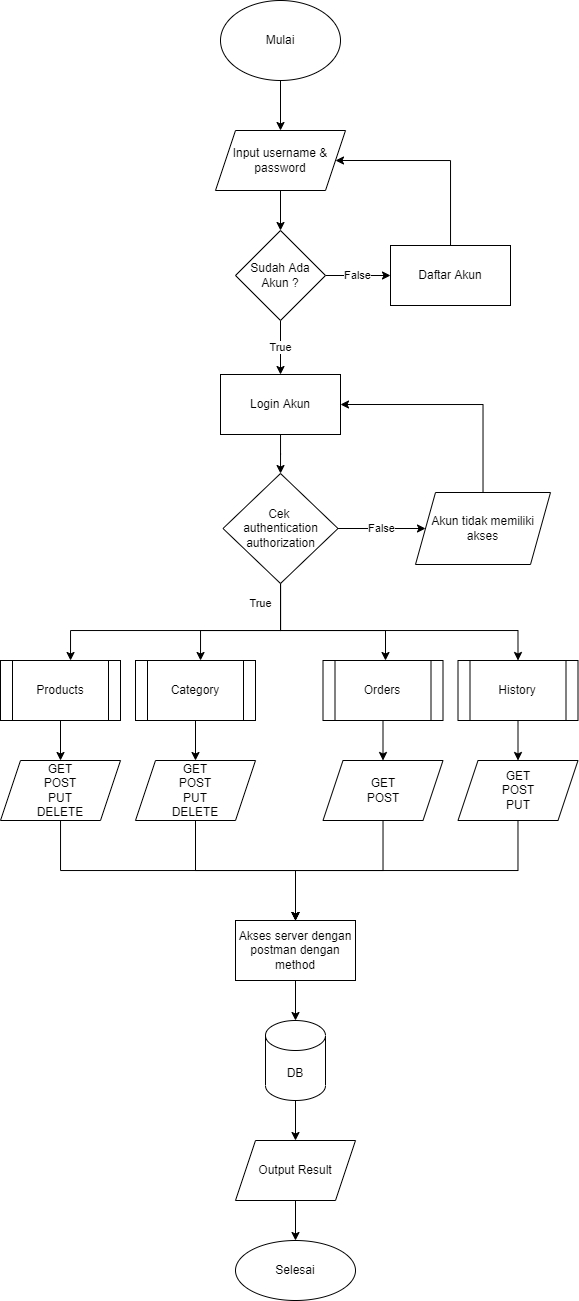
The draw.io diagram others/Flowchart/Tukupedia-Flowchart.png in hasbialwikusmana/Tukupedia-Express, before a commit. Source tidied: cells renumbered, new cells last; positions are measured from the earlier drawing's top-left corner, leaving out a move shared by most shapes.
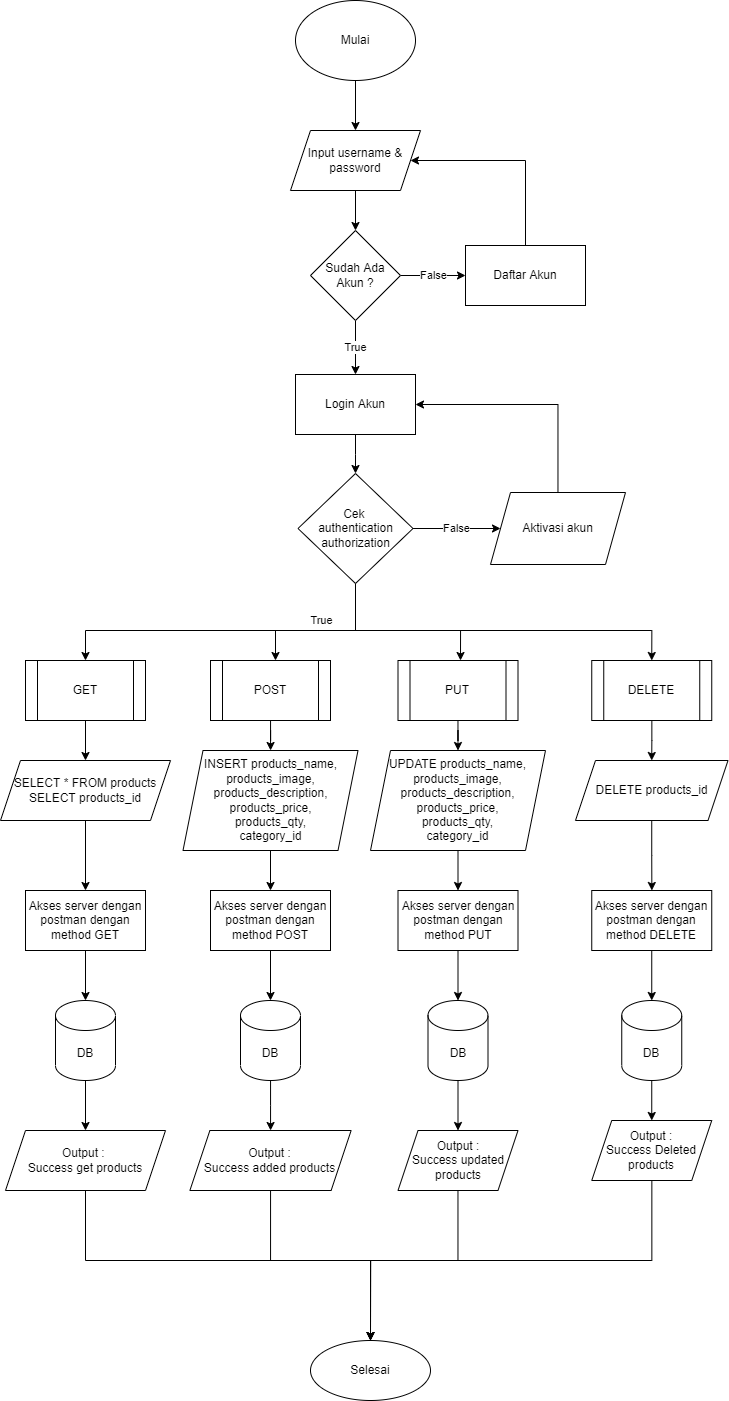
Above is the later version.

Diff of the diagram source:
```diff
@@ -42,23 +42,23 @@
     <mxCell id="13" style="edgeStyle=orthogonalEdgeStyle;rounded=0;jettySize=auto;html=1;" parent="1" edge="1" source="14" target="30">
       <mxGeometry relative="1" as="geometry" />
     </mxCell>
-    <mxCell id="14" value="Products" style="shape=process;whiteSpace=wrap;html=1;backgroundOutline=1;" parent="1" vertex="1">
-      <mxGeometry y="660" width="120" height="60" as="geometry" />
+    <mxCell id="14" value="GET" style="shape=process;whiteSpace=wrap;html=1;backgroundOutline=1;" parent="1" vertex="1">
+      <mxGeometry x="-50" y="660" width="120" height="60" as="geometry" />
     </mxCell>
     <mxCell id="15" style="edgeStyle=orthogonalEdgeStyle;rounded=0;jettySize=auto;html=1;" parent="1" edge="1" source="16" target="32">
       <mxGeometry relative="1" as="geometry" />
     </mxCell>
-    <mxCell id="16" value="Category" style="shape=process;whiteSpace=wrap;html=1;backgroundOutline=1;" parent="1" vertex="1">
+    <mxCell id="16" value="POST" style="shape=process;whiteSpace=wrap;html=1;backgroundOutline=1;" parent="1" vertex="1">
       <mxGeometry x="135" y="660" width="120" height="60" as="geometry" />
     </mxCell>
     <mxCell id="17" value="False" style="edgeStyle=orthogonalEdgeStyle;rounded=0;jettySize=auto;html=1;" parent="1" edge="1" source="22" target="24">
       <mxGeometry relative="1" as="geometry" />
     </mxCell>
-    <mxCell id="18" value="True" style="edgeStyle=orthogonalEdgeStyle;rounded=0;jettySize=auto;html=1;" parent="1" edge="1" source="22" target="14">
-      <mxGeometry x="-0.86" y="-20" relative="1" as="geometry">
+    <mxCell id="18" value="True" style="edgeStyle=orthogonalEdgeStyle;rounded=0;jettySize=auto;html=1;entryX=0.5;entryY=0;entryDx=0;entryDy=0;" parent="1" edge="1" source="22" target="14">
+      <mxGeometry x="-0.53" y="-10" relative="1" as="geometry">
         <Array as="points">
           <mxPoint x="280" y="630" />
-          <mxPoint x="70" y="630" />
+          <mxPoint x="10" y="630" />
         </Array>
       </mxGeometry>
     </mxCell>
@@ -83,7 +83,7 @@
       <mxGeometry relative="1" as="geometry">
         <Array as="points">
           <mxPoint x="280" y="630" />
-          <mxPoint x="517" y="630" />
+          <mxPoint x="576" y="630" />
         </Array>
       </mxGeometry>
     </mxCell>
@@ -97,75 +97,139 @@
         </Array>
       </mxGeometry>
     </mxCell>
-    <mxCell id="24" value="Akun tidak memiliki akses" style="shape=parallelogram;perimeter=parallelogramPerimeter;whiteSpace=wrap;html=1;fixedSize=1;" parent="1" vertex="1">
+    <mxCell id="24" value="Aktivasi akun" style="shape=parallelogram;perimeter=parallelogramPerimeter;whiteSpace=wrap;html=1;fixedSize=1;" parent="1" vertex="1">
       <mxGeometry x="415" y="492" width="135" height="72" as="geometry" />
     </mxCell>
-    <mxCell id="25" style="edgeStyle=orthogonalEdgeStyle;rounded=0;jettySize=auto;html=1;" parent="1" edge="1" source="26" target="34">
+    <mxCell id="25" style="edgeStyle=orthogonalEdgeStyle;rounded=0;jettySize=auto;html=1;entryX=0.5;entryY=0;entryDx=0;entryDy=0;" parent="1" edge="1" source="26" target="49">
       <mxGeometry relative="1" as="geometry" />
     </mxCell>
-    <mxCell id="26" value="Orders" style="shape=process;whiteSpace=wrap;html=1;backgroundOutline=1;" parent="1" vertex="1">
+    <mxCell id="26" value="PUT" style="shape=process;whiteSpace=wrap;html=1;backgroundOutline=1;" parent="1" vertex="1">
       <mxGeometry x="322.5" y="660" width="120" height="60" as="geometry" />
     </mxCell>
     <mxCell id="27" style="edgeStyle=orthogonalEdgeStyle;rounded=0;jettySize=auto;html=1;" parent="1" edge="1" source="28" target="36">
       <mxGeometry relative="1" as="geometry" />
     </mxCell>
-    <mxCell id="28" value="History" style="shape=process;whiteSpace=wrap;html=1;backgroundOutline=1;" parent="1" vertex="1">
-      <mxGeometry x="457.5" y="660" width="120" height="60" as="geometry" />
+    <mxCell id="28" value="DELETE" style="shape=process;whiteSpace=wrap;html=1;backgroundOutline=1;" parent="1" vertex="1">
+      <mxGeometry x="516.2" y="660" width="120" height="60" as="geometry" />
     </mxCell>
     <mxCell id="29" style="edgeStyle=orthogonalEdgeStyle;rounded=0;jettySize=auto;html=1;" parent="1" edge="1" source="30" target="38">
-      <mxGeometry relative="1" as="geometry">
-        <Array as="points">
-          <mxPoint x="60" y="870" />
-          <mxPoint x="295" y="870" />
-        </Array>
-      </mxGeometry>
+      <mxGeometry relative="1" as="geometry" />
     </mxCell>
-    <mxCell id="30" value="GET&lt;br&gt;POST&lt;br&gt;PUT&lt;br&gt;DELETE" style="shape=parallelogram;perimeter=parallelogramPerimeter;whiteSpace=wrap;html=1;fixedSize=1;" parent="1" vertex="1">
-      <mxGeometry y="760" width="120" height="60" as="geometry" />
+    <mxCell id="30" value="SELECT * FROM products&lt;br&gt;SELECT products_id" style="shape=parallelogram;perimeter=parallelogramPerimeter;whiteSpace=wrap;html=1;fixedSize=1;" parent="1" vertex="1">
+      <mxGeometry x="-75" y="760" width="170" height="60" as="geometry" />
     </mxCell>
-    <mxCell id="31" style="edgeStyle=orthogonalEdgeStyle;rounded=0;jettySize=auto;html=1;" parent="1" edge="1" source="32" target="38">
-      <mxGeometry relative="1" as="geometry" />
-    </mxCell>
+    <mxCell id="44" style="edgeStyle=orthogonalEdgeStyle;rounded=0;jettySize=auto;html=1;" parent="1" edge="1" source="32" target="51">
+      <mxGeometry relative="1" as="geometry" />
+    </mxCell>
-    <mxCell id="32" value="GET&lt;br&gt;POST&lt;br&gt;PUT&lt;br&gt;DELETE" style="shape=parallelogram;perimeter=parallelogramPerimeter;whiteSpace=wrap;html=1;fixedSize=1;" parent="1" vertex="1">
-      <mxGeometry x="135" y="760" width="120" height="60" as="geometry" />
+    <mxCell id="32" value="INSERT products_name, products_image,&lt;br&gt;products_description,&lt;br&gt;products_price,&lt;br&gt;products_qty,&lt;br&gt;category_id" style="shape=parallelogram;perimeter=parallelogramPerimeter;whiteSpace=wrap;html=1;fixedSize=1;" parent="1" vertex="1">
+      <mxGeometry x="107.5" y="750" width="175" height="100" as="geometry" />
     </mxCell>
-    <mxCell id="33" style="edgeStyle=orthogonalEdgeStyle;rounded=0;jettySize=auto;html=1;entryX=0.5;entryY=0;entryDx=0;entryDy=0;" parent="1" edge="1" source="34" target="38">
-      <mxGeometry relative="1" as="geometry" />
-    </mxCell>
-    <mxCell id="34" value="GET&lt;br&gt;POST" style="shape=parallelogram;perimeter=parallelogramPerimeter;whiteSpace=wrap;html=1;fixedSize=1;" parent="1" vertex="1">
-      <mxGeometry x="322.5" y="760" width="120" height="60" as="geometry" />
-    </mxCell>
-    <mxCell id="35" style="edgeStyle=orthogonalEdgeStyle;rounded=0;jettySize=auto;html=1;entryX=0.5;entryY=0;entryDx=0;entryDy=0;" parent="1" edge="1" source="36" target="38">
-      <mxGeometry relative="1" as="geometry">
-        <Array as="points">
-          <mxPoint x="517" y="870" />
-          <mxPoint x="295" y="870" />
-        </Array>
-      </mxGeometry>
-    </mxCell>
+    <mxCell id="45" style="edgeStyle=orthogonalEdgeStyle;rounded=0;jettySize=auto;html=1;" parent="1" edge="1" source="36" target="55">
+      <mxGeometry relative="1" as="geometry" />
+    </mxCell>
-    <mxCell id="36" value="GET&lt;br&gt;POST&lt;br&gt;PUT" style="shape=parallelogram;perimeter=parallelogramPerimeter;whiteSpace=wrap;html=1;fixedSize=1;" parent="1" vertex="1">
-      <mxGeometry x="457.5" y="760" width="120" height="60" as="geometry" />
+    <mxCell id="36" value="DELETE products_id" style="shape=parallelogram;perimeter=parallelogramPerimeter;whiteSpace=wrap;html=1;fixedSize=1;" parent="1" vertex="1">
+      <mxGeometry x="500" y="760" width="152.5" height="60" as="geometry" />
     </mxCell>
-    <mxCell id="37" style="edgeStyle=orthogonalEdgeStyle;rounded=0;jettySize=auto;html=1;" parent="1" edge="1" source="38" target="40">
-      <mxGeometry relative="1" as="geometry" />
-    </mxCell>
+    <mxCell id="46" style="edgeStyle=orthogonalEdgeStyle;rounded=0;jettySize=auto;html=1;" parent="1" edge="1" source="38" target="61">
+      <mxGeometry relative="1" as="geometry" />
+    </mxCell>
-    <mxCell id="38" value="Akses server dengan postman dengan method" style="whiteSpace=wrap;html=1;" parent="1" vertex="1">
-      <mxGeometry x="235" y="920" width="120" height="60" as="geometry" />
+    <mxCell id="38" value="Akses server dengan postman dengan method GET" style="whiteSpace=wrap;html=1;" parent="1" vertex="1">
+      <mxGeometry x="-50" y="890" width="120" height="60" as="geometry" />
     </mxCell>
-    <mxCell id="39" style="edgeStyle=orthogonalEdgeStyle;rounded=0;jettySize=auto;html=1;" parent="1" edge="1" source="40" target="42">
-      <mxGeometry relative="1" as="geometry" />
-    </mxCell>
+    <mxCell id="47" style="edgeStyle=orthogonalEdgeStyle;rounded=0;jettySize=auto;html=1;" parent="1" edge="1" source="40" target="63">
+      <mxGeometry relative="1" as="geometry" />
+    </mxCell>
     <mxCell id="40" value="DB" style="shape=cylinder3;whiteSpace=wrap;html=1;boundedLbl=1;backgroundOutline=1;size=15;" parent="1" vertex="1">
-      <mxGeometry x="265" y="1020" width="60" height="80" as="geometry" />
+      <mxGeometry x="546.2" y="1000" width="60" height="80" as="geometry" />
     </mxCell>
-    <mxCell id="41" style="edgeStyle=orthogonalEdgeStyle;rounded=0;jettySize=auto;html=1;" parent="1" edge="1" source="42" target="43">
-      <mxGeometry relative="1" as="geometry" />
+    <mxCell id="41" style="edgeStyle=orthogonalEdgeStyle;rounded=0;jettySize=auto;html=1;entryX=0.5;entryY=0;entryDx=0;entryDy=0;" parent="1" edge="1" source="42" target="43">
+      <mxGeometry relative="1" as="geometry">
+        <Array as="points">
+          <mxPoint x="382" y="1260" />
+          <mxPoint x="295" y="1260" />
+        </Array>
+      </mxGeometry>
     </mxCell>
-    <mxCell id="42" value="Output Result" style="shape=parallelogram;perimeter=parallelogramPerimeter;whiteSpace=wrap;html=1;fixedSize=1;" parent="1" vertex="1">
-      <mxGeometry x="235" y="1140" width="120" height="60" as="geometry" />
+    <mxCell id="42" value="Output :&lt;br&gt;Success updated products" style="shape=parallelogram;perimeter=parallelogramPerimeter;whiteSpace=wrap;html=1;fixedSize=1;" parent="1" vertex="1">
+      <mxGeometry x="322.5" y="1130" width="120" height="60" as="geometry" />
     </mxCell>
     <mxCell id="43" value="Selesai" style="ellipse;whiteSpace=wrap;html=1;" parent="1" vertex="1">
-      <mxGeometry x="235" y="1240" width="120" height="60" as="geometry" />
+      <mxGeometry x="235" y="1340" width="120" height="60" as="geometry" />
     </mxCell>
+    <mxCell id="48" style="edgeStyle=orthogonalEdgeStyle;rounded=0;jettySize=auto;html=1;" parent="1" edge="1" source="49" target="53">
+      <mxGeometry relative="1" as="geometry" />
+    </mxCell>
+    <mxCell id="49" value="UPDATE products_name, products_image,&lt;br&gt;products_description,&lt;br&gt;products_price,&lt;br&gt;products_qty,&lt;br&gt;category_id" style="shape=parallelogram;perimeter=parallelogramPerimeter;whiteSpace=wrap;html=1;fixedSize=1;" parent="1" vertex="1">
+      <mxGeometry x="295" y="750" width="175" height="100" as="geometry" />
+    </mxCell>
+    <mxCell id="50" style="edgeStyle=orthogonalEdgeStyle;rounded=0;jettySize=auto;html=1;" parent="1" edge="1" source="51" target="59">
+      <mxGeometry relative="1" as="geometry" />
+    </mxCell>
+    <mxCell id="51" value="Akses server dengan postman dengan method POST" style="whiteSpace=wrap;html=1;" parent="1" vertex="1">
+      <mxGeometry x="135" y="890" width="120" height="60" as="geometry" />
+    </mxCell>
+    <mxCell id="52" style="edgeStyle=orthogonalEdgeStyle;rounded=0;jettySize=auto;html=1;" parent="1" edge="1" source="53" target="57">
+      <mxGeometry relative="1" as="geometry" />
+    </mxCell>
+    <mxCell id="53" value="Akses server dengan postman dengan method PUT" style="whiteSpace=wrap;html=1;" parent="1" vertex="1">
+      <mxGeometry x="322.5" y="890" width="120" height="60" as="geometry" />
+    </mxCell>
+    <mxCell id="54" style="edgeStyle=orthogonalEdgeStyle;rounded=0;jettySize=auto;html=1;" parent="1" edge="1" source="55" target="40">
+      <mxGeometry relative="1" as="geometry" />
+    </mxCell>
+    <mxCell id="55" value="Akses server dengan postman dengan method DELETE" style="whiteSpace=wrap;html=1;" parent="1" vertex="1">
+      <mxGeometry x="516.2" y="890" width="120" height="60" as="geometry" />
+    </mxCell>
+    <mxCell id="56" style="edgeStyle=orthogonalEdgeStyle;rounded=0;jettySize=auto;html=1;" parent="1" edge="1" source="57" target="42">
+      <mxGeometry relative="1" as="geometry" />
+    </mxCell>
+    <mxCell id="57" value="DB" style="shape=cylinder3;whiteSpace=wrap;html=1;boundedLbl=1;backgroundOutline=1;size=15;" parent="1" vertex="1">
+      <mxGeometry x="352.5" y="1000" width="60" height="80" as="geometry" />
+    </mxCell>
+    <mxCell id="58" style="edgeStyle=orthogonalEdgeStyle;rounded=0;jettySize=auto;html=1;" parent="1" edge="1" source="59" target="65">
+      <mxGeometry relative="1" as="geometry" />
+    </mxCell>
+    <mxCell id="59" value="DB" style="shape=cylinder3;whiteSpace=wrap;html=1;boundedLbl=1;backgroundOutline=1;size=15;" parent="1" vertex="1">
+      <mxGeometry x="165" y="1000" width="60" height="80" as="geometry" />
+    </mxCell>
+    <mxCell id="60" style="edgeStyle=orthogonalEdgeStyle;rounded=0;jettySize=auto;html=1;" parent="1" edge="1" source="61" target="67">
+      <mxGeometry relative="1" as="geometry" />
+    </mxCell>
+    <mxCell id="61" value="DB" style="shape=cylinder3;whiteSpace=wrap;html=1;boundedLbl=1;backgroundOutline=1;size=15;" parent="1" vertex="1">
+      <mxGeometry x="-20" y="1000" width="60" height="80" as="geometry" />
+    </mxCell>
+    <mxCell id="62" style="edgeStyle=orthogonalEdgeStyle;rounded=0;jettySize=auto;html=1;entryX=0.5;entryY=0;entryDx=0;entryDy=0;" parent="1" edge="1" source="63" target="43">
+      <mxGeometry relative="1" as="geometry">
+        <Array as="points">
+          <mxPoint x="576" y="1260" />
+          <mxPoint x="295" y="1260" />
+        </Array>
+      </mxGeometry>
+    </mxCell>
+    <mxCell id="63" value="Output :&lt;br&gt;Success Deleted products" style="shape=parallelogram;perimeter=parallelogramPerimeter;whiteSpace=wrap;html=1;fixedSize=1;" parent="1" vertex="1">
+      <mxGeometry x="516.2" y="1120" width="120" height="60" as="geometry" />
+    </mxCell>
+    <mxCell id="64" style="edgeStyle=orthogonalEdgeStyle;rounded=0;jettySize=auto;html=1;entryX=0.5;entryY=0;entryDx=0;entryDy=0;" parent="1" edge="1" source="65" target="43">
+      <mxGeometry relative="1" as="geometry">
+        <Array as="points">
+          <mxPoint x="195" y="1260" />
+          <mxPoint x="295" y="1260" />
+        </Array>
+      </mxGeometry>
+    </mxCell>
+    <mxCell id="65" value="Output :&lt;br&gt;Success added products" style="shape=parallelogram;perimeter=parallelogramPerimeter;whiteSpace=wrap;html=1;fixedSize=1;" parent="1" vertex="1">
+      <mxGeometry x="114.4" y="1130" width="161.2" height="60" as="geometry" />
+    </mxCell>
+    <mxCell id="66" style="edgeStyle=orthogonalEdgeStyle;rounded=0;jettySize=auto;html=1;" parent="1" edge="1" source="67" target="43">
+      <mxGeometry relative="1" as="geometry">
+        <Array as="points">
+          <mxPoint x="10" y="1260" />
+          <mxPoint x="295" y="1260" />
+        </Array>
+      </mxGeometry>
+    </mxCell>
+    <mxCell id="67" value="Output : &lt;br&gt;Success get products" style="shape=parallelogram;perimeter=parallelogramPerimeter;whiteSpace=wrap;html=1;fixedSize=1;" parent="1" vertex="1">
+      <mxGeometry x="-70" y="1130" width="160" height="60" as="geometry" />
+    </mxCell>
   </root>
 </mxGraphModel>
```
